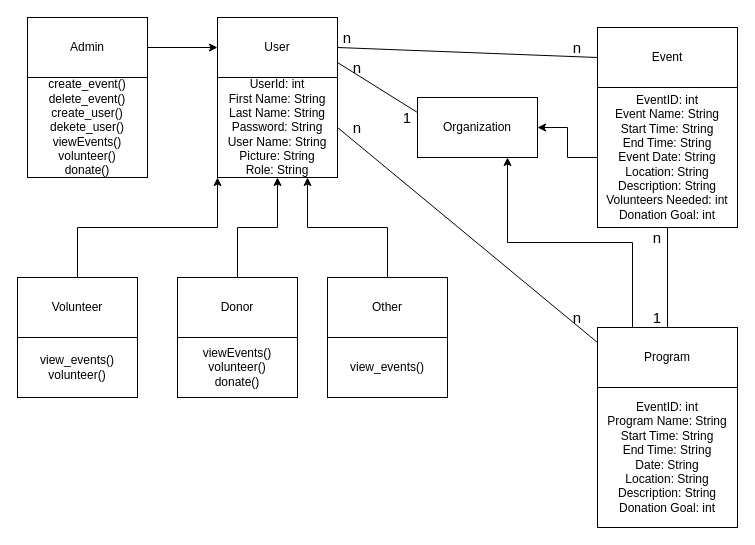
Before: Architectural-Design(Class-Diagrams).drawio in Andrew-EKrause/TeamAptiv-Web-App, a draw.io diagram. Source tidied: cells renumbered, new cells numbered last; positions are measured from the earlier drawing's top-left corner, leaving out a move shared by most shapes. Both pictures are drawn from the tidied source at 100%, with x=0, y=0 at pixel (17, 17).
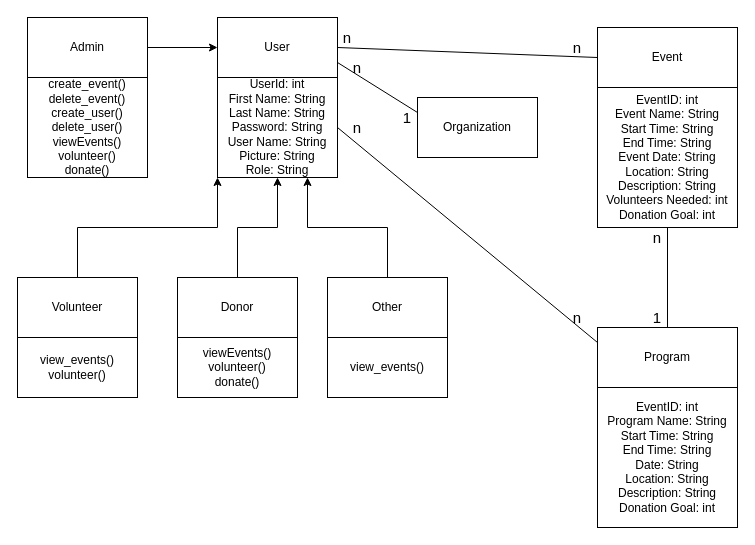
Above is the later version.

Commit message (it also covers changes not shown here):
updated UML diagrams

Unchanged cells that the change refers to:
```xml
<mxCell id="18" value="Program" style="rounded=0;whiteSpace=wrap;html=1;" parent="1" vertex="1">
  <mxGeometry x="580" y="310" width="140" height="60" as="geometry" />
</mxCell>
<mxCell id="19" value="Organization" style="rounded=0;whiteSpace=wrap;html=1;" parent="1" vertex="1">
  <mxGeometry x="400" y="80" width="120" height="60" as="geometry" />
</mxCell>
<mxCell id="21" value="EventID: int&lt;br&gt;Event Name: String&lt;br&gt;Start Time: String&lt;br&gt;End Time: String&lt;br&gt;Event Date: String&lt;br&gt;Location: String&lt;br&gt;Description: String&lt;br&gt;Volunteers Needed: int&lt;br&gt;Donation Goal: int" style="rounded=0;whiteSpace=wrap;html=1;" parent="1" vertex="1">
  <mxGeometry x="580" y="70" width="140" height="140" as="geometry" />
</mxCell>
```

Change to the diagram source:
```diff
@@
-    <mxCell id="15" value="create_event()&lt;br&gt;delete_event()&lt;br&gt;create_user()&lt;br&gt;dekete_user()&lt;br&gt;viewEvents()&lt;br&gt;volunteer()&lt;br&gt;donate()" style="rounded=0;whiteSpace=wrap;html=1;" parent="1" vertex="1">
+    <mxCell id="15" value="create_event()&lt;br&gt;delete_event()&lt;br&gt;create_user()&lt;br&gt;delete_user()&lt;br&gt;viewEvents()&lt;br&gt;volunteer()&lt;br&gt;donate()" style="rounded=0;whiteSpace=wrap;html=1;" parent="1" vertex="1">
       <mxGeometry x="10" y="60" width="120" height="100" as="geometry" />
     </mxCell>
@@
-    <mxCell id="17" style="edgeStyle=orthogonalEdgeStyle;rounded=0;jettySize=auto;html=1;exitX=0.25;exitY=0;exitDx=0;exitDy=0;entryX=0.75;entryY=1;entryDx=0;entryDy=0;" parent="1" edge="1" source="18" target="19">
-      <mxGeometry relative="1" as="geometry" />
-    </mxCell>
@@
-    <mxCell id="20" style="edgeStyle=orthogonalEdgeStyle;rounded=0;jettySize=auto;html=1;exitX=0;exitY=0.5;exitDx=0;exitDy=0;entryX=1;entryY=0.5;entryDx=0;entryDy=0;" parent="1" edge="1" source="21" target="19">
-      <mxGeometry relative="1" as="geometry" />
-    </mxCell>
```
